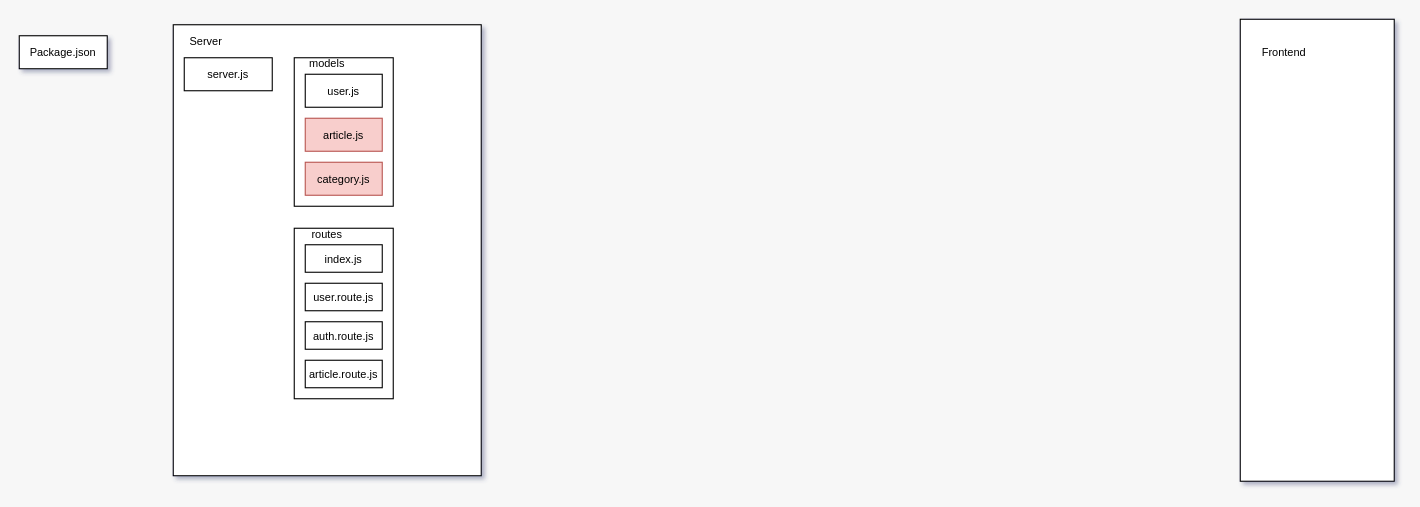
Earlier version of the draw.io diagram Diagram.drawio (daniel-tsonkov/React-Practice-Project). Source tidied: cells renumbered, new cells numbered last; positions are measured from the earlier drawing's top-left corner, leaving out a move shared by most shapes. Both pictures are drawn from the tidied source at 110%, with x=0, y=0 at pixel (19, 19).
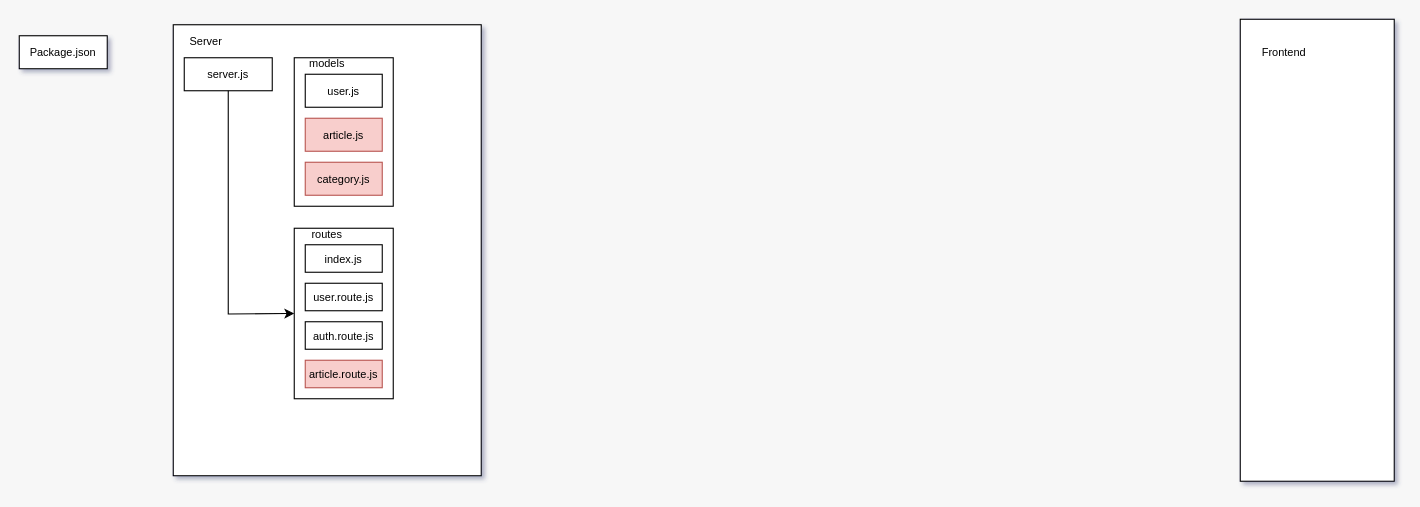
Above is the later version.

The change refers to these unchanged cells:
```xml
<mxCell id="7" value="server.js" style="rounded=0;whiteSpace=wrap;html=1;fontSize=10;" parent="1" vertex="1">
  <mxGeometry x="150" y="35" width="80" height="30" as="geometry" />
</mxCell>
<mxCell id="13" style="rounded=0;whiteSpace=wrap;html=1;fontSize=10;" parent="1" vertex="1">
  <mxGeometry x="250" y="190" width="90" height="155" as="geometry" />
</mxCell>
```

What changed in the source:
```diff
@@
-    <mxCell id="18" value="&lt;font style=&quot;font-size: 10px;&quot;&gt;article.route.js&lt;/font&gt;" style="rounded=0;whiteSpace=wrap;html=1;" parent="1" vertex="1">
+    <mxCell id="18" value="&lt;font style=&quot;font-size: 10px;&quot;&gt;article.route.js&lt;/font&gt;" style="rounded=0;whiteSpace=wrap;html=1;fillColor=#f8cecc;strokeColor=#b85450;" parent="1" vertex="1">
       <mxGeometry x="260" y="310" width="70" height="25" as="geometry" />
     </mxCell>
+    <mxCell id="19" style="endArrow=classic;html=1;rounded=0;exitX=0.5;exitY=1;exitDx=0;exitDy=0;entryX=0;entryY=0.5;entryDx=0;entryDy=0;" parent="1" edge="1" source="7" target="13">
+      <mxGeometry relative="1" as="geometry">
+        <Array as="points">
+          <mxPoint x="190" y="268" />
+        </Array>
+      </mxGeometry>
+    </mxCell>
```
